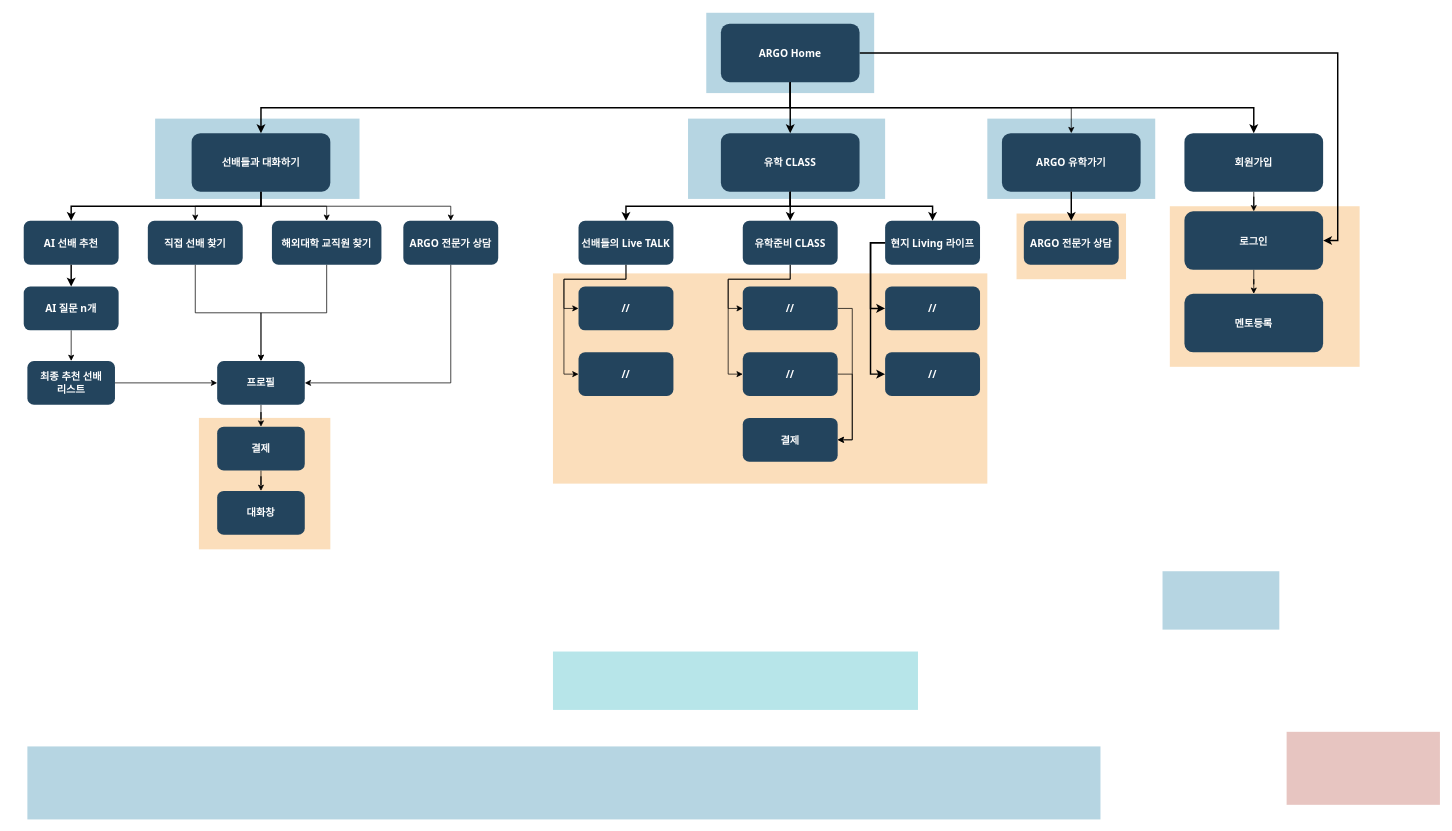
Before: nonaccountacess.drawio in to9passion/testpassion, a draw.io diagram. Source tidied: cells renumbered, new cells numbered last; positions are measured from the earlier drawing's top-left corner, leaving out a move shared by most shapes. Both pictures are drawn from the tidied source at 73%, with x=0, y=0 at pixel (23, 12).
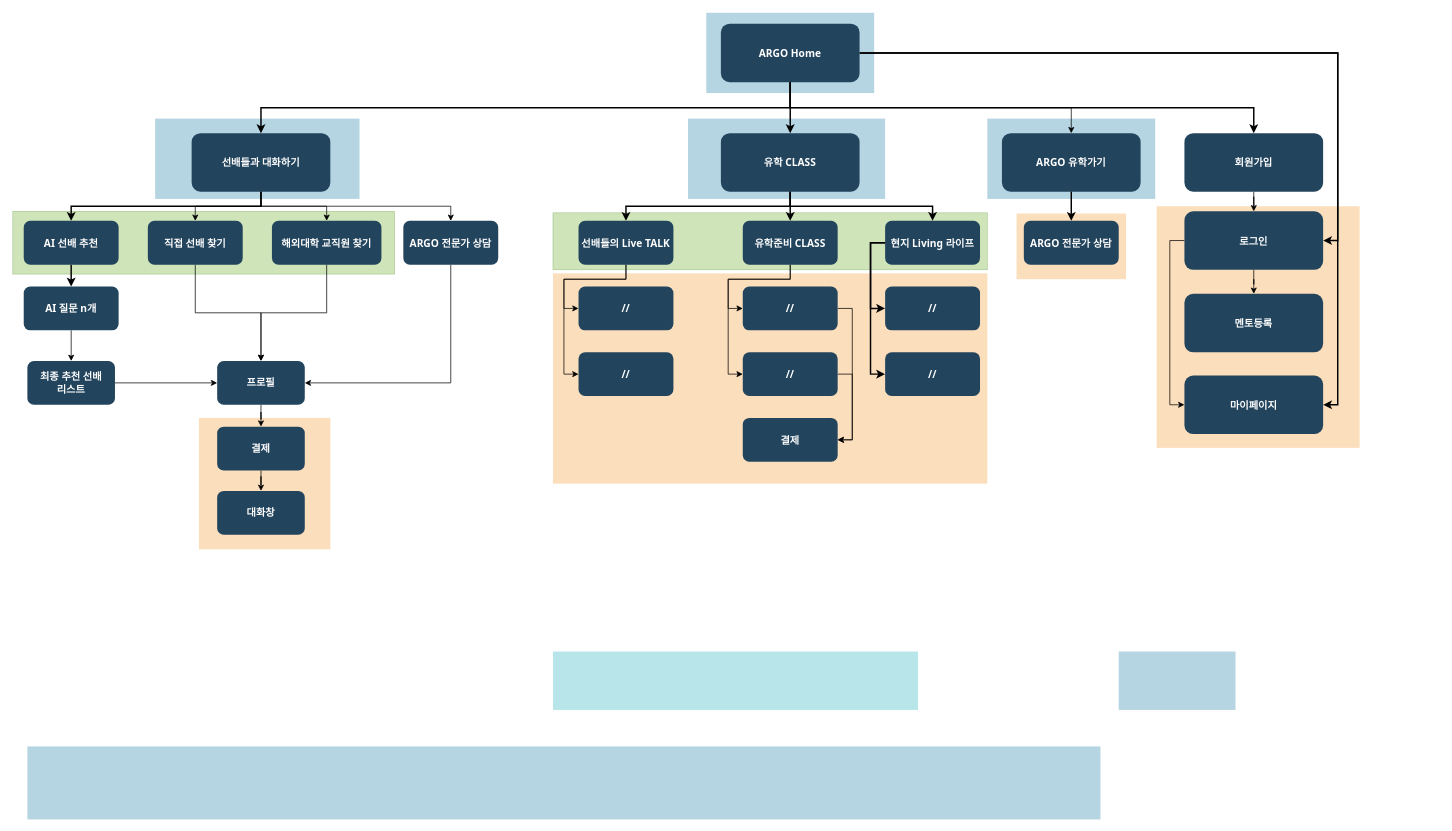
After the change.

Unchanged cells that the change refers to:
```xml
<mxCell id="16" value="ARGO Home" style="rounded=1;fillColor=#23445D;gradientColor=none;strokeColor=none;fontColor=#FFFFFF;fontStyle=1;fontFamily=Tahoma;fontSize=14;" parent="1" vertex="1">
  <mxGeometry x="955" y="15" width="190" height="80" as="geometry" />
</mxCell>
<mxCell id="70" value="로그인" style="rounded=1;fillColor=#23445D;gradientColor=none;strokeColor=none;fontColor=#FFFFFF;fontStyle=1;fontFamily=Tahoma;fontSize=14;" parent="1" vertex="1">
  <mxGeometry x="1590" y="272" width="190" height="80" as="geometry" />
</mxCell>
```

Change to the diagram source:
```diff
@@
+    <mxCell id="72" style="fillColor=#60a917;strokeColor=#2D7600;opacity=30;fontColor=#ffffff;" parent="1" vertex="1">
+      <mxGeometry x="725" y="274" width="595" height="78" as="geometry" />
+    </mxCell>
@@
     <mxCell id="6" style="fillColor=#F2931E;strokeColor=none;opacity=30;" parent="1" vertex="1">
-      <mxGeometry x="1570" y="265" width="260" height="220" as="geometry" />
+      <mxGeometry x="1552" y="265" width="278" height="331" as="geometry" />
     </mxCell>
-    <mxCell id="7" style="fillColor=#AE4132;strokeColor=none;opacity=30;" parent="1" vertex="1">
-      <mxGeometry x="1730" y="985" width="210" height="100" as="geometry" />
+    <mxCell id="7" style="fillColor=#60a917;strokeColor=#2D7600;opacity=30;fontColor=#ffffff;" parent="1" vertex="1">
+      <mxGeometry x="-15" y="272" width="523" height="86" as="geometry" />
     </mxCell>
@@
     <mxCell id="12" style="fillColor=#10739E;strokeColor=none;opacity=30;" parent="1" vertex="1">
-      <mxGeometry x="1560" y="765" width="160" height="80" as="geometry" />
+      <mxGeometry x="1500" y="875" width="160" height="80" as="geometry" />
     </mxCell>
@@
+    <mxCell id="73" style="edgeStyle=orthogonalEdgeStyle;rounded=0;jettySize=auto;html=1;exitX=1;exitY=0.5;exitDx=0;exitDy=0;entryX=1;entryY=0.5;entryDx=0;entryDy=0;strokeWidth=2;" parent="1" edge="1" source="16" target="75">
+      <mxGeometry relative="1" as="geometry" />
+    </mxCell>
@@
+    <mxCell id="74" style="edgeStyle=orthogonalEdgeStyle;rounded=0;jettySize=auto;html=1;exitX=0;exitY=0.5;exitDx=0;exitDy=0;entryX=0;entryY=0.5;entryDx=0;entryDy=0;" parent="1" edge="1" source="70" target="75">
+      <mxGeometry relative="1" as="geometry" />
+    </mxCell>
@@
+    <mxCell id="75" value="마이페이지" style="rounded=1;fillColor=#23445D;gradientColor=none;strokeColor=none;fontColor=#FFFFFF;fontStyle=1;fontFamily=Tahoma;fontSize=14;" parent="1" vertex="1">
+      <mxGeometry x="1590" y="497" width="190" height="80" as="geometry" />
+    </mxCell>
```
